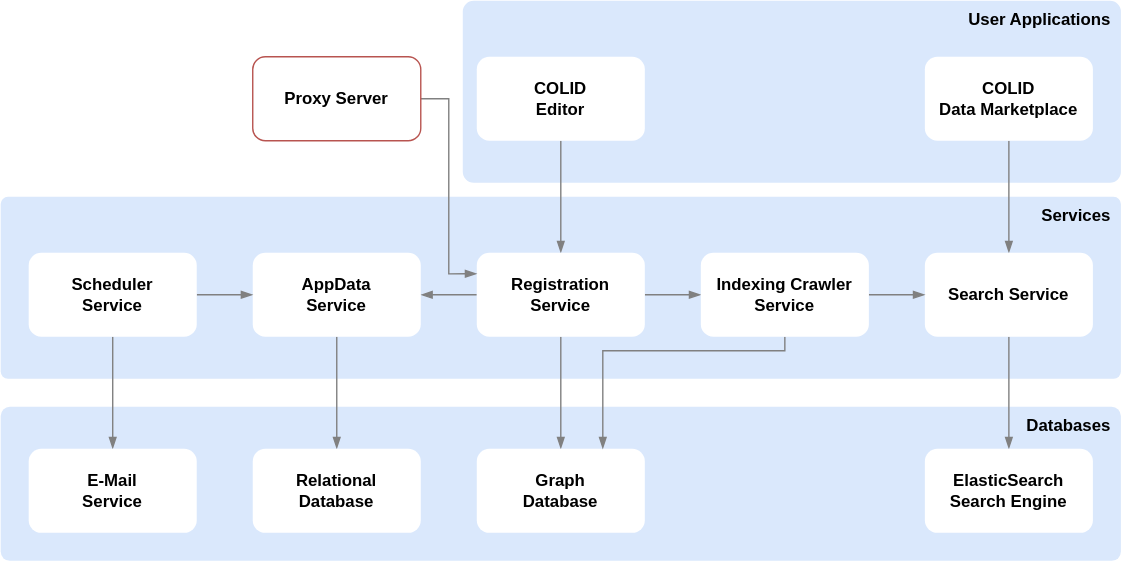
Before: assets/architecture/architecture-overview.svg, a diagram exported from draw.io (Bayer-Group/COLID-Documentation). Source tidied: cells renumbered, new cells last; positions are measured from the earlier drawing's top-left corner, leaving out a move shared by most shapes.
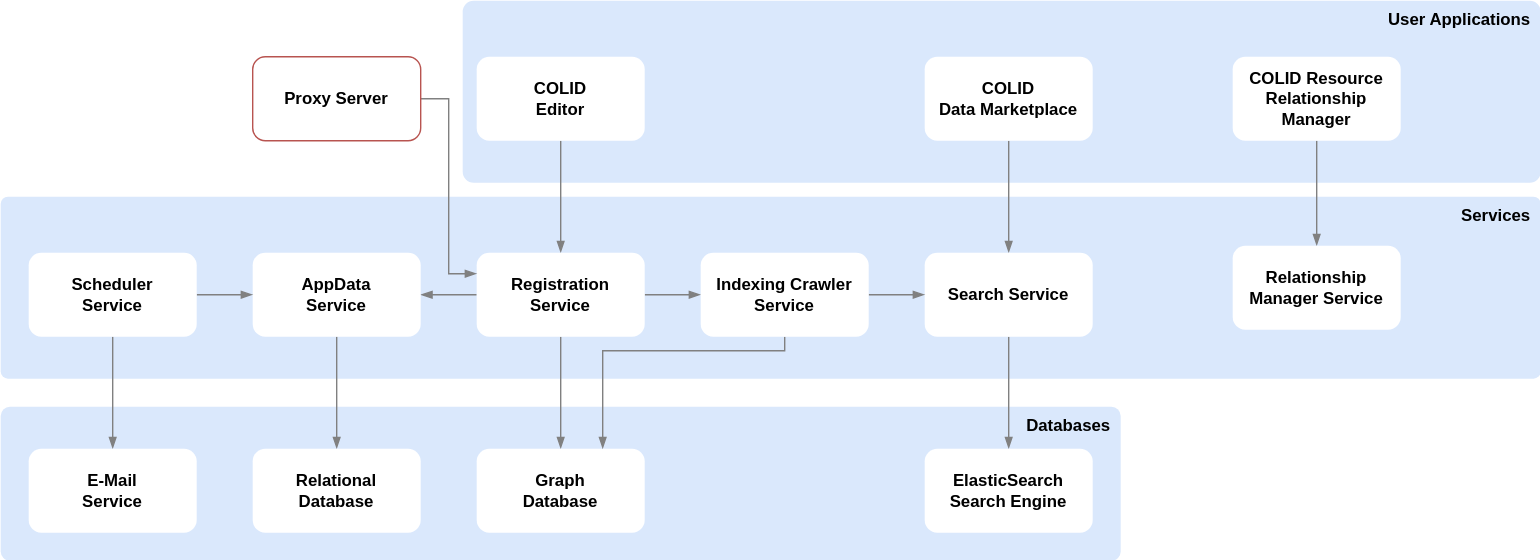
The same file after the commit.

Commit message:
added rrm api

What changed in the source:
```diff
@@ -3,13 +3,13 @@
     <mxCell id="0" />
     <mxCell id="1" parent="0" />
     <mxCell id="2" value="User Applications&lt;br&gt;" style="rounded=1;whiteSpace=wrap;html=1;arcSize=6;align=right;horizontal=1;labelPosition=center;verticalLabelPosition=middle;verticalAlign=top;spacingRight=5;strokeWidth=1;perimeterSpacing=1;fontStyle=1;fillColor=#dae8fc;strokeColor=none;" parent="1" vertex="1">
-      <mxGeometry x="330" width="470" height="130" as="geometry" />
+      <mxGeometry x="330" width="770" height="130" as="geometry" />
     </mxCell>
     <mxCell id="3" value="Databases" style="rounded=1;whiteSpace=wrap;html=1;arcSize=6;verticalAlign=top;align=right;spacingRight=5;fontStyle=1;fillColor=#dae8fc;strokeColor=none;" parent="1" vertex="1">
       <mxGeometry y="290" width="800" height="110" as="geometry" />
     </mxCell>
     <mxCell id="4" value="Services" style="rounded=1;whiteSpace=wrap;html=1;arcSize=4;imageHeight=24;imageAspect=1;verticalAlign=top;align=right;spacingRight=5;fillColor=#dae8fc;strokeColor=none;fontStyle=1;" parent="1" vertex="1">
-      <mxGeometry y="140" width="800" height="130" as="geometry" />
+      <mxGeometry y="140" width="1100" height="130" as="geometry" />
     </mxCell>
     <mxCell id="5" style="edgeStyle=orthogonalEdgeStyle;rounded=0;jettySize=auto;html=1;fontStyle=1;strokeColor=#808080;endArrow=blockThin;endFill=1;" parent="1" edge="1" source="6" target="12">
       <mxGeometry relative="1" as="geometry" />
@@ -93,5 +93,14 @@
     <mxCell id="28" value="Relational&lt;br&gt;Database" style="rounded=1;whiteSpace=wrap;html=1;strokeColor=none;fontStyle=1;" parent="1" vertex="1">
       <mxGeometry x="180" y="320" width="120" height="60" as="geometry" />
     </mxCell>
+    <mxCell id="29" style="edgeStyle=orthogonalEdgeStyle;rounded=0;jettySize=auto;html=1;fontStyle=1;strokeColor=#808080;endArrow=blockThin;endFill=1;" parent="1" edge="1" source="30" target="31">
+      <mxGeometry relative="1" as="geometry" />
+    </mxCell>
+    <mxCell id="30" value="COLID Resource Relationship Manager" style="rounded=1;whiteSpace=wrap;html=1;strokeColor=none;fontStyle=1;" parent="1" vertex="1">
+      <mxGeometry x="880" y="40" width="120" height="60" as="geometry" />
+    </mxCell>
+    <mxCell id="31" value="&lt;span style=&quot;color: rgb(0, 0, 0);&quot;&gt;Relationship Manager&amp;nbsp;&lt;/span&gt;Service" style="rounded=1;whiteSpace=wrap;html=1;strokeColor=none;fontStyle=1;" parent="1" vertex="1">
+      <mxGeometry x="880" y="175" width="120" height="60" as="geometry" />
+    </mxCell>
   </root>
 </mxGraphModel>
```
